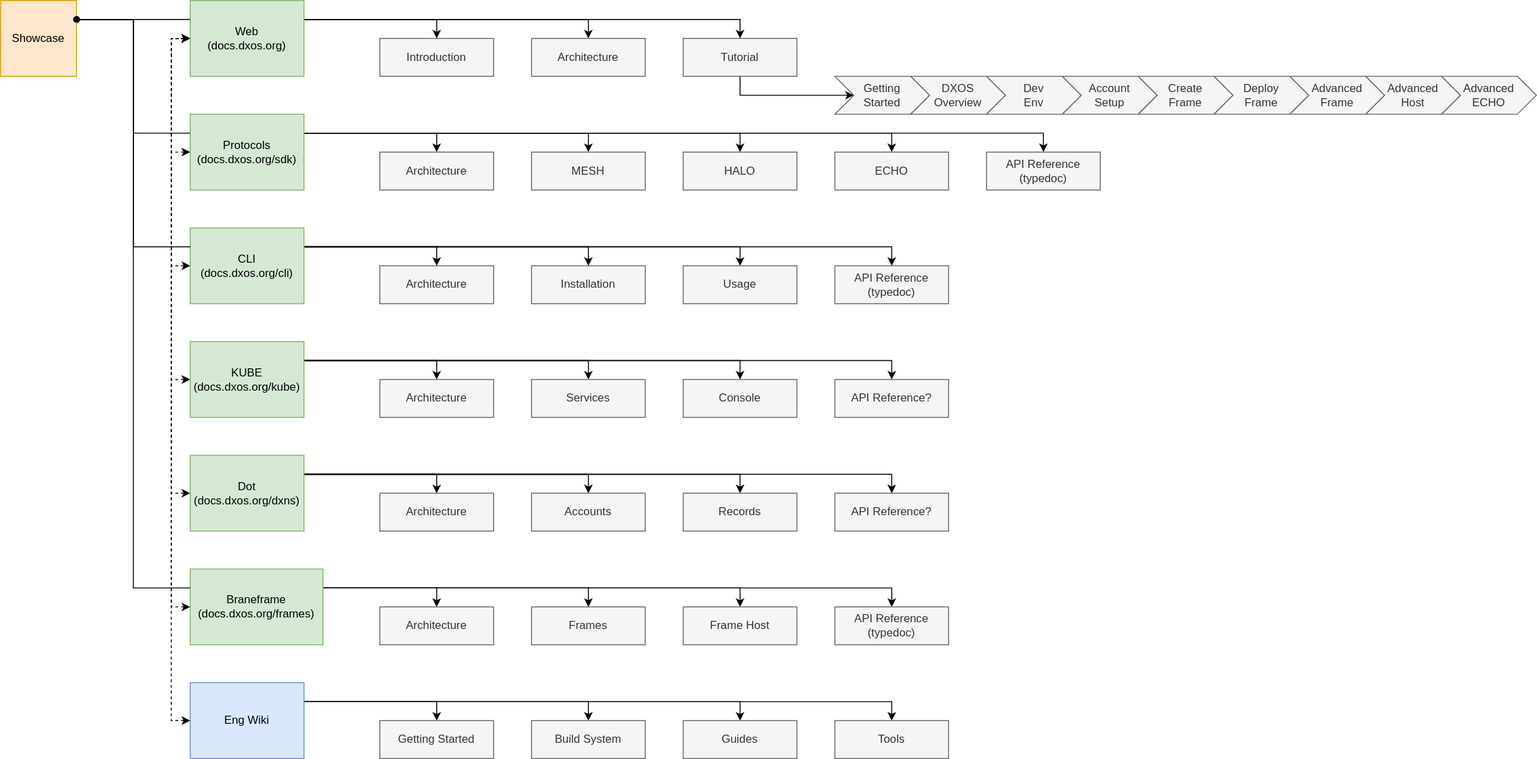
The draw.io diagram docs-structure.svg in dxos/web, before a commit. Source tidied: cells renumbered, new cells last; positions are measured from the earlier drawing's top-left corner, leaving out a move shared by most shapes.
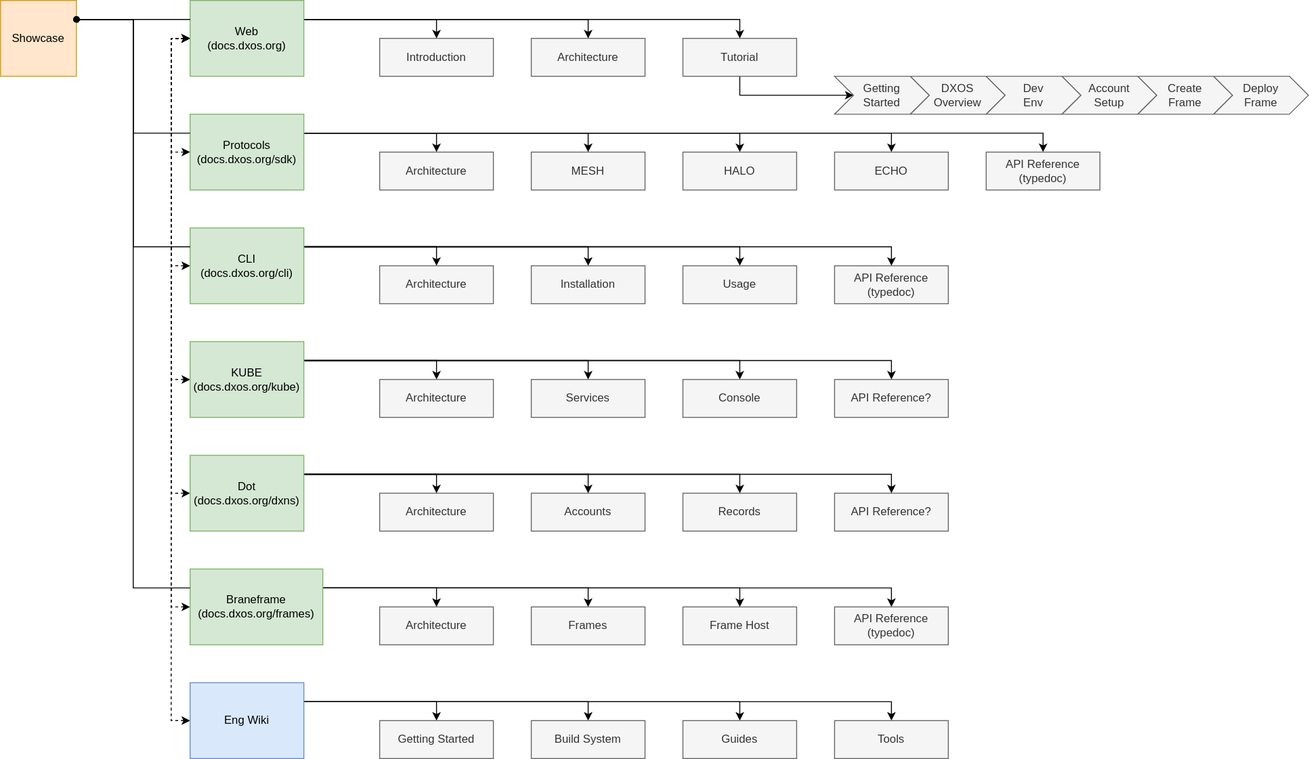
Above is the later version.

Diff of the diagram source:
```diff
@@ -1,4 +1,4 @@
-<mxGraphModel>
+<mxGraphModel background="#ffffff">
   <root>
     <mxCell id="0" />
     <mxCell id="1" parent="0" />
@@ -256,15 +256,6 @@
     <mxCell id="76" value="Deploy&lt;br&gt;Frame" style="shape=step;perimeter=stepPerimeter;whiteSpace=wrap;html=1;fixedSize=1;fillColor=#f5f5f5;fontColor=#333333;strokeColor=#666666;" parent="1" vertex="1">
       <mxGeometry x="1280" y="80" width="100" height="40" as="geometry" />
     </mxCell>
-    <mxCell id="77" value="Advanced&lt;br&gt;Frame" style="shape=step;perimeter=stepPerimeter;whiteSpace=wrap;html=1;fixedSize=1;fillColor=#f5f5f5;fontColor=#333333;strokeColor=#666666;" parent="1" vertex="1">
-      <mxGeometry x="1360" y="80" width="100" height="40" as="geometry" />
-    </mxCell>
-    <mxCell id="78" value="Advanced&lt;br&gt;Host" style="shape=step;perimeter=stepPerimeter;whiteSpace=wrap;html=1;fixedSize=1;fillColor=#f5f5f5;fontColor=#333333;strokeColor=#666666;" parent="1" vertex="1">
-      <mxGeometry x="1440" y="80" width="100" height="40" as="geometry" />
-    </mxCell>
-    <mxCell id="79" value="Advanced&lt;br&gt;ECHO" style="shape=step;perimeter=stepPerimeter;whiteSpace=wrap;html=1;fixedSize=1;fillColor=#f5f5f5;fontColor=#333333;strokeColor=#666666;" parent="1" vertex="1">
-      <mxGeometry x="1520" y="80" width="100" height="40" as="geometry" />
-    </mxCell>
     <mxCell id="80" value="Usage" style="rounded=0;whiteSpace=wrap;html=1;fillColor=#f5f5f5;fontColor=#333333;strokeColor=#666666;" parent="1" vertex="1">
       <mxGeometry x="720" y="280" width="120" height="40" as="geometry" />
     </mxCell>
```
